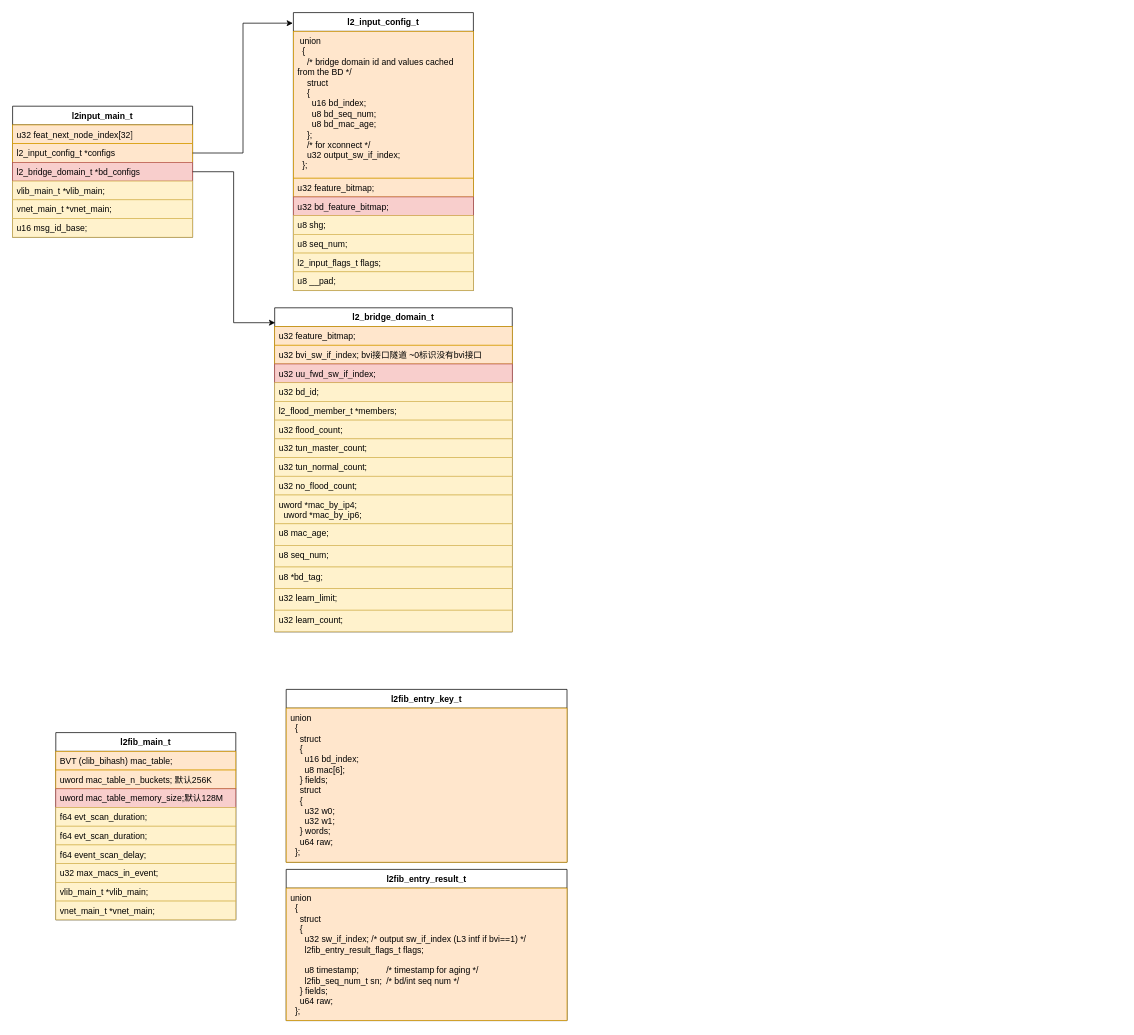
This is new_map/vnet_l2.drawio from jin13417/dpdk-vpp-learning, a draw.io file, before an edit. Source tidied: cells renumbered, new cells numbered last; positions are measured from the earlier drawing's top-left corner, leaving out a move shared by most shapes. Both pictures are drawn from the tidied source at 72%, with x=0, y=0 at pixel (12, 12).
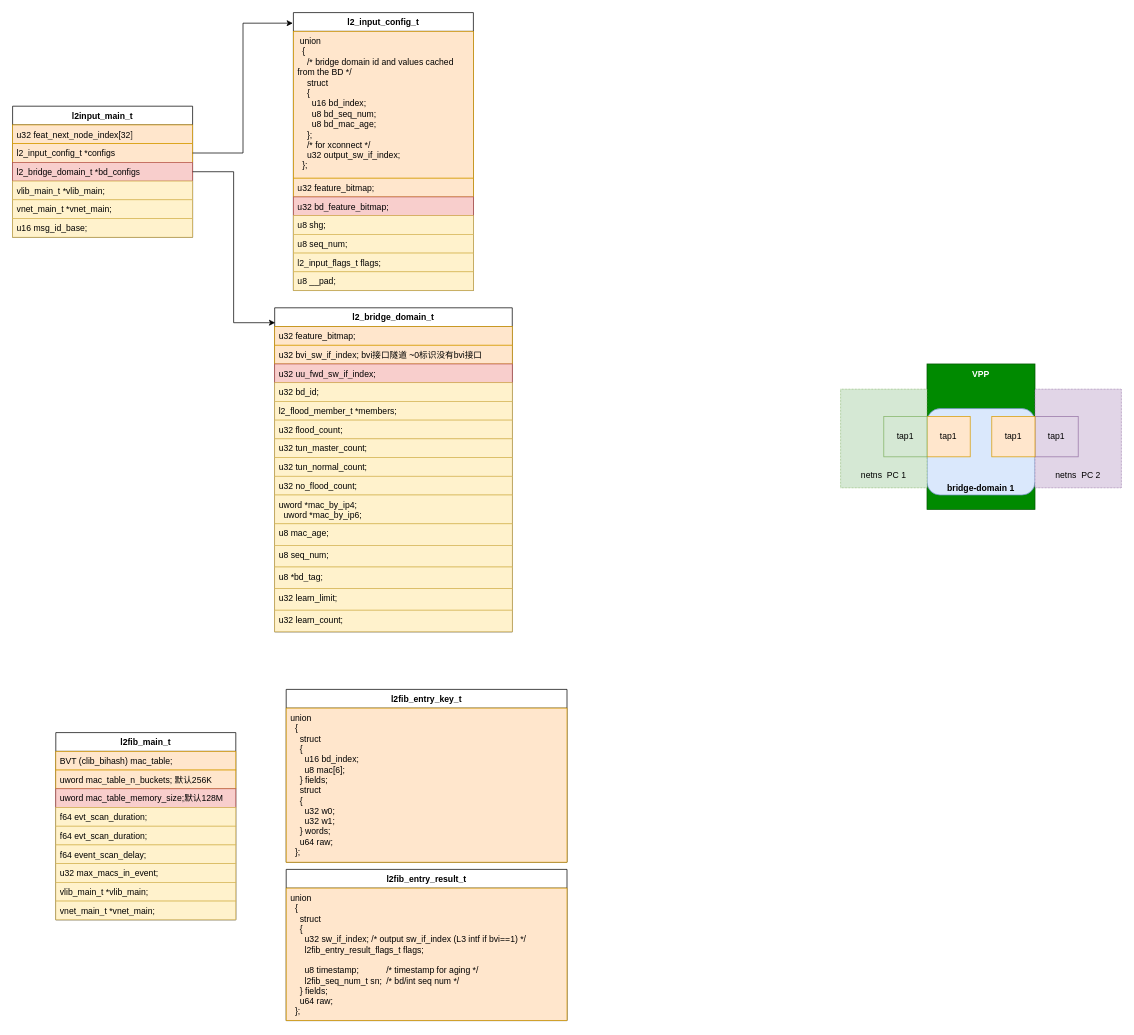
The same diagram, later.

The edit, as a diff of the source:
```diff
@@
+    <mxCell id="49" value="VPP" style="rounded=0;whiteSpace=wrap;html=1;fontStyle=1;align=center;verticalAlign=top;fillColor=#008a00;fontColor=#ffffff;strokeColor=#005700;" parent="1" vertex="1">
+      <mxGeometry x="1270" y="488" width="150" height="202" as="geometry" />
+    </mxCell>
+    <mxCell id="50" value="bridge-domain 1" style="rounded=1;whiteSpace=wrap;html=1;fillColor=#dae8fc;strokeColor=#6c8ebf;verticalAlign=bottom;fontStyle=1;" parent="1" vertex="1">
+      <mxGeometry x="1270" y="550" width="150" height="120" as="geometry" />
+    </mxCell>
+    <mxCell id="51" value="&lt;div&gt;&lt;br&gt;&lt;/div&gt;&lt;div&gt;&lt;br&gt;&lt;/div&gt;&lt;div&gt;&lt;br&gt;&lt;/div&gt;&lt;div&gt;&lt;br&gt;&lt;/div&gt;&lt;div&gt;&lt;br&gt;&lt;/div&gt;&lt;div&gt;&lt;br&gt;&lt;/div&gt;&lt;div&gt;&lt;br&gt;&lt;/div&gt;&lt;div&gt;netns&amp;nbsp; PC 2&lt;/div&gt;" style="rounded=0;whiteSpace=wrap;html=1;dashed=1;dashPattern=1 1;fillColor=#e1d5e7;strokeColor=#9673a6;" parent="1" vertex="1">
+      <mxGeometry x="1420" y="523" width="120" height="137" as="geometry" />
+    </mxCell>
+    <mxCell id="52" value="&lt;div&gt;&lt;br&gt;&lt;/div&gt;&lt;div&gt;&lt;br&gt;&lt;/div&gt;&lt;div&gt;&lt;br&gt;&lt;/div&gt;&lt;div&gt;&lt;br&gt;&lt;/div&gt;&lt;div&gt;&lt;br&gt;&lt;/div&gt;&lt;div&gt;&lt;br&gt;&lt;/div&gt;&lt;div&gt;&lt;br&gt;&lt;/div&gt;&lt;div&gt;netns&amp;nbsp; PC 1&lt;/div&gt;" style="rounded=0;whiteSpace=wrap;html=1;dashed=1;dashPattern=1 1;fillColor=#d5e8d4;strokeColor=#82b366;" parent="1" vertex="1">
+      <mxGeometry x="1150" y="523" width="120" height="137" as="geometry" />
+    </mxCell>
@@
+    <mxCell id="53" value="tap1" style="text;html=1;align=center;verticalAlign=middle;whiteSpace=wrap;rounded=0;strokeColor=#d79b00;fillColor=#ffe6cc;" parent="1" vertex="1">
+      <mxGeometry x="1270" y="561" width="60" height="56" as="geometry" />
+    </mxCell>
+    <mxCell id="54" value="tap1" style="text;html=1;align=center;verticalAlign=middle;whiteSpace=wrap;rounded=0;strokeColor=#82b366;fillColor=#d5e8d4;" parent="1" vertex="1">
+      <mxGeometry x="1210" y="561" width="60" height="56" as="geometry" />
+    </mxCell>
+    <mxCell id="55" value="tap1" style="text;html=1;align=center;verticalAlign=middle;whiteSpace=wrap;rounded=0;strokeColor=#9673a6;fillColor=#e1d5e7;" parent="1" vertex="1">
+      <mxGeometry x="1420" y="561" width="60" height="56" as="geometry" />
+    </mxCell>
+    <mxCell id="56" value="tap1" style="text;html=1;align=center;verticalAlign=middle;whiteSpace=wrap;rounded=0;strokeColor=#d79b00;fillColor=#ffe6cc;" parent="1" vertex="1">
+      <mxGeometry x="1360" y="561" width="60" height="56" as="geometry" />
+    </mxCell>
```
